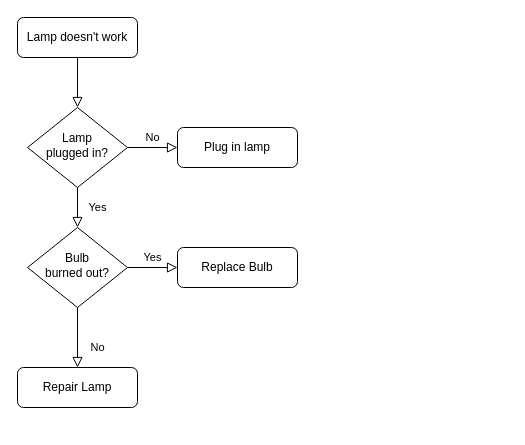
Earlier version of the draw.io diagram Flow chart.drawio (kaireinhold/ultimate_tic-tac-toe). Source tidied: cells renumbered, new cells numbered last; positions are measured from the earlier drawing's top-left corner, leaving out a move shared by most shapes. Both pictures are drawn from the tidied source at 100%, with x=0, y=0 at pixel (17, 17).
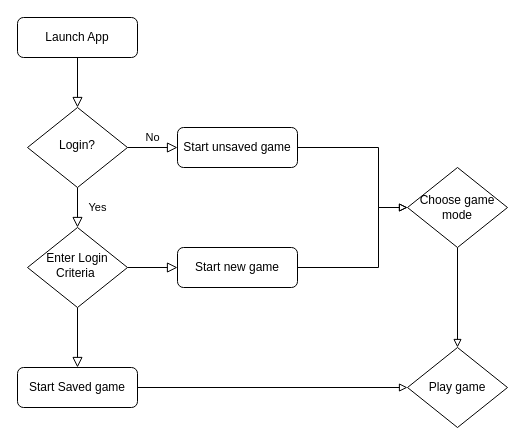
The same page after the edit.

Diff of the diagram source:
```diff
@@
-    <mxCell id="3" value="Lamp doesn't work" style="rounded=1;whiteSpace=wrap;html=1;fontSize=12;glass=0;strokeWidth=1;shadow=0;" parent="1" vertex="1">
+    <mxCell id="3" value="Launch App" style="rounded=1;whiteSpace=wrap;html=1;fontSize=12;glass=0;strokeWidth=1;shadow=0;" parent="1" vertex="1">
       <mxGeometry width="120" height="40" as="geometry" />
     </mxCell>
@@
-    <mxCell id="6" value="Lamp&lt;br&gt;plugged in?" style="rhombus;whiteSpace=wrap;html=1;shadow=0;fontFamily=Helvetica;fontSize=12;align=center;strokeWidth=1;spacing=6;spacingTop=-4;" parent="1" vertex="1">
+    <mxCell id="6" value="Login?" style="rhombus;whiteSpace=wrap;html=1;shadow=0;fontFamily=Helvetica;fontSize=12;align=center;strokeWidth=1;spacing=6;spacingTop=-4;" parent="1" vertex="1">
       <mxGeometry x="10" y="90" width="100" height="80" as="geometry" />
     </mxCell>
+    <mxCell id="13" style="edgeStyle=orthogonalEdgeStyle;rounded=0;jettySize=auto;html=1;curved=0;endArrow=block;endFill=0;entryX=0;entryY=0.5;entryDx=0;entryDy=0;" parent="1" edge="1" source="7" target="17">
+      <mxGeometry relative="1" as="geometry">
+        <Array as="points">
+          <mxPoint x="361" y="130" />
+          <mxPoint x="361" y="190" />
+        </Array>
+      </mxGeometry>
+    </mxCell>
-    <mxCell id="7" value="Plug in lamp" style="rounded=1;whiteSpace=wrap;html=1;fontSize=12;glass=0;strokeWidth=1;shadow=0;" parent="1" vertex="1">
+    <mxCell id="7" value="Start unsaved game" style="rounded=1;whiteSpace=wrap;html=1;fontSize=12;glass=0;strokeWidth=1;shadow=0;" parent="1" vertex="1">
       <mxGeometry x="160" y="110" width="120" height="40" as="geometry" />
     </mxCell>
-    <mxCell id="8" value="No" style="rounded=0;html=1;jettySize=auto;fontSize=11;endArrow=block;endFill=0;endSize=8;strokeWidth=1;shadow=0;labelBackgroundColor=none;edgeStyle=orthogonalEdgeStyle;" parent="1" edge="1" source="10" target="11">
+    <mxCell id="8" style="rounded=0;html=1;jettySize=auto;fontSize=11;endArrow=block;endFill=0;endSize=8;strokeWidth=1;shadow=0;labelBackgroundColor=none;edgeStyle=orthogonalEdgeStyle;" parent="1" edge="1" source="10" target="11">
       <mxGeometry x="0.33" y="20" relative="1" as="geometry" />
     </mxCell>
-    <mxCell id="9" value="Yes" style="edgeStyle=orthogonalEdgeStyle;rounded=0;html=1;jettySize=auto;fontSize=11;endArrow=block;endFill=0;endSize=8;strokeWidth=1;shadow=0;labelBackgroundColor=none;" parent="1" edge="1" source="10" target="12">
+    <mxCell id="9" style="edgeStyle=orthogonalEdgeStyle;rounded=0;html=1;jettySize=auto;fontSize=11;endArrow=block;endFill=0;endSize=8;strokeWidth=1;shadow=0;labelBackgroundColor=none;" parent="1" edge="1" source="10" target="12">
       <mxGeometry y="10" relative="1" as="geometry" />
     </mxCell>
-    <mxCell id="10" value="Bulb&lt;br&gt;burned out?" style="rhombus;whiteSpace=wrap;html=1;shadow=0;fontFamily=Helvetica;fontSize=12;align=center;strokeWidth=1;spacing=6;spacingTop=-4;" parent="1" vertex="1">
+    <mxCell id="10" value="Enter Login Criteria&amp;nbsp;" style="rhombus;whiteSpace=wrap;html=1;shadow=0;fontFamily=Helvetica;fontSize=12;align=center;strokeWidth=1;spacing=6;spacingTop=-4;" parent="1" vertex="1">
       <mxGeometry x="10" y="210" width="100" height="80" as="geometry" />
     </mxCell>
+    <mxCell id="14" style="edgeStyle=orthogonalEdgeStyle;rounded=0;jettySize=auto;html=1;endArrow=block;endFill=0;entryX=0;entryY=0.5;entryDx=0;entryDy=0;" parent="1" edge="1" source="11" target="18">
+      <mxGeometry relative="1" as="geometry" />
+    </mxCell>
-    <mxCell id="11" value="Repair Lamp" style="rounded=1;whiteSpace=wrap;html=1;fontSize=12;glass=0;strokeWidth=1;shadow=0;" parent="1" vertex="1">
+    <mxCell id="11" value="Start Saved game" style="rounded=1;whiteSpace=wrap;html=1;fontSize=12;glass=0;strokeWidth=1;shadow=0;" parent="1" vertex="1">
       <mxGeometry y="350" width="120" height="40" as="geometry" />
     </mxCell>
+    <mxCell id="15" style="edgeStyle=orthogonalEdgeStyle;rounded=0;jettySize=auto;html=1;entryX=0;entryY=0.5;entryDx=0;entryDy=0;endArrow=block;endFill=0;" parent="1" edge="1" source="12" target="17">
+      <mxGeometry relative="1" as="geometry">
+        <Array as="points">
+          <mxPoint x="361" y="250" />
+          <mxPoint x="361" y="190" />
+        </Array>
+      </mxGeometry>
+    </mxCell>
-    <mxCell id="12" value="Replace Bulb" style="rounded=1;whiteSpace=wrap;html=1;fontSize=12;glass=0;strokeWidth=1;shadow=0;" parent="1" vertex="1">
+    <mxCell id="12" value="Start new game" style="rounded=1;whiteSpace=wrap;html=1;fontSize=12;glass=0;strokeWidth=1;shadow=0;" parent="1" vertex="1">
       <mxGeometry x="160" y="230" width="120" height="40" as="geometry" />
     </mxCell>
+    <mxCell id="16" style="edgeStyle=orthogonalEdgeStyle;rounded=0;jettySize=auto;html=1;endArrow=block;endFill=0;entryX=0.5;entryY=0;entryDx=0;entryDy=0;" parent="1" edge="1" source="17" target="18">
+      <mxGeometry relative="1" as="geometry" />
+    </mxCell>
+    <mxCell id="17" value="Choose game mode" style="rhombus;whiteSpace=wrap;html=1;" parent="1" vertex="1">
+      <mxGeometry x="390" y="150" width="100" height="80" as="geometry" />
+    </mxCell>
+    <mxCell id="18" value="Play game" style="rhombus;whiteSpace=wrap;html=1;" parent="1" vertex="1">
+      <mxGeometry x="390" y="330" width="100" height="80" as="geometry" />
+    </mxCell>
```
